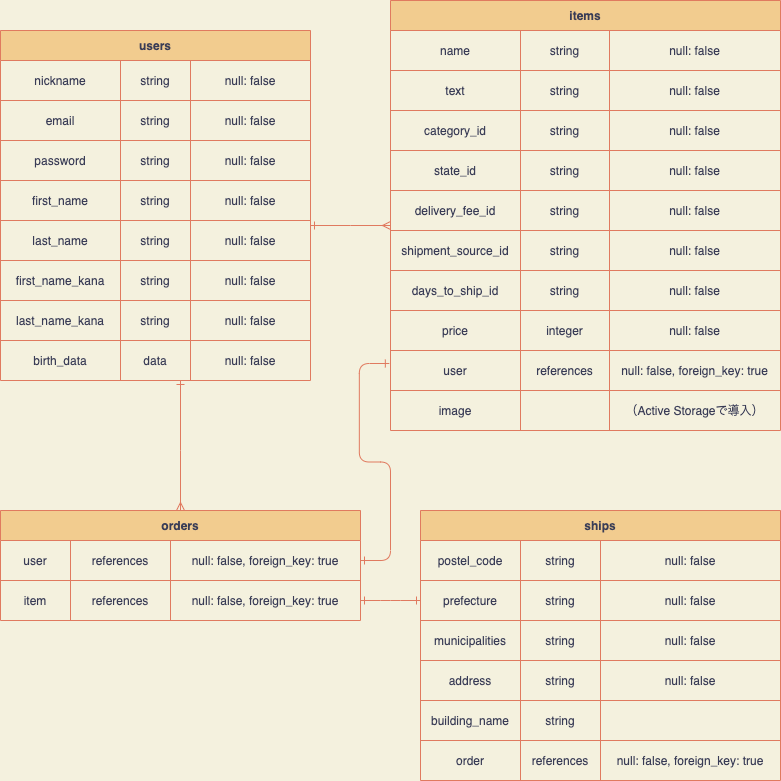
The draw.io diagram ER.png in MinnaHajimehaTamago/furima-323343, before a commit. Source tidied: cells renumbered, new cells last; positions are measured from the earlier drawing's top-left corner, leaving out a move shared by most shapes.
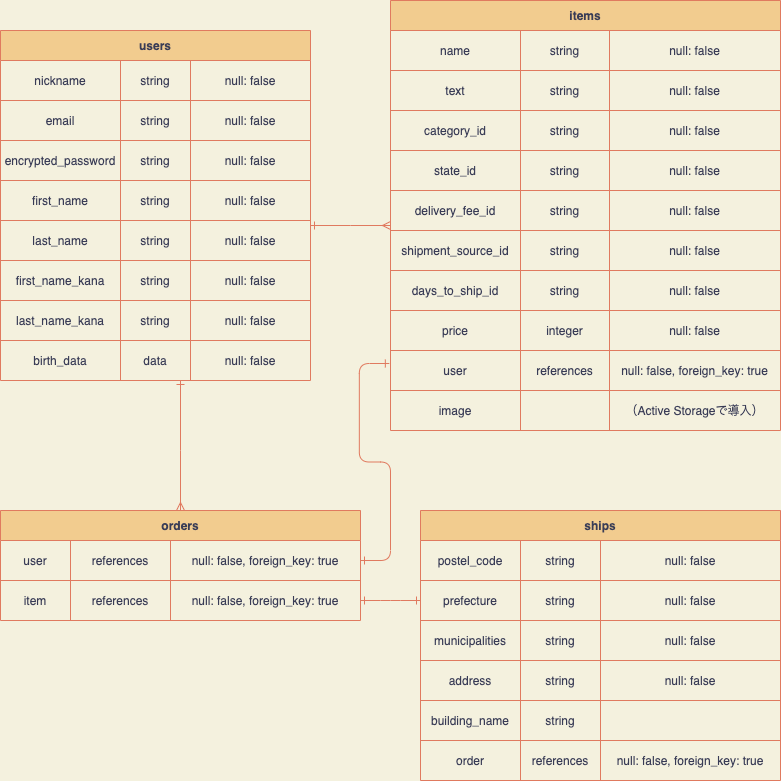
The same diagram one commit later.

What changed in the source:
```diff
@@ -48,7 +48,7 @@
     <mxCell id="13" style="shape=partialRectangle;html=1;whiteSpace=wrap;fillColor=none;top=0;left=0;bottom=0;right=0;fontColor=#393C56;strokeColor=#E07A5F;labelBackgroundColor=none;" parent="4" vertex="1">
       <mxGeometry y="110" width="310" height="40" as="geometry" />
     </mxCell>
-    <mxCell id="14" value="password" style="shape=partialRectangle;html=1;whiteSpace=wrap;fillColor=none;top=0;left=0;bottom=0;right=0;overflow=hidden;fontColor=#393C56;strokeColor=#E07A5F;labelBackgroundColor=none;" parent="13" vertex="1">
+    <mxCell id="14" value="encrypted_password" style="shape=partialRectangle;html=1;whiteSpace=wrap;fillColor=none;top=0;left=0;bottom=0;right=0;overflow=hidden;fontColor=#393C56;strokeColor=#E07A5F;labelBackgroundColor=none;" parent="13" vertex="1">
       <mxGeometry width="120" height="40" as="geometry" />
     </mxCell>
     <mxCell id="15" value="string" style="shape=partialRectangle;html=1;whiteSpace=wrap;fillColor=none;top=0;left=0;bottom=0;right=0;overflow=hidden;fontColor=#393C56;strokeColor=#E07A5F;labelBackgroundColor=none;" parent="13" vertex="1">
```
